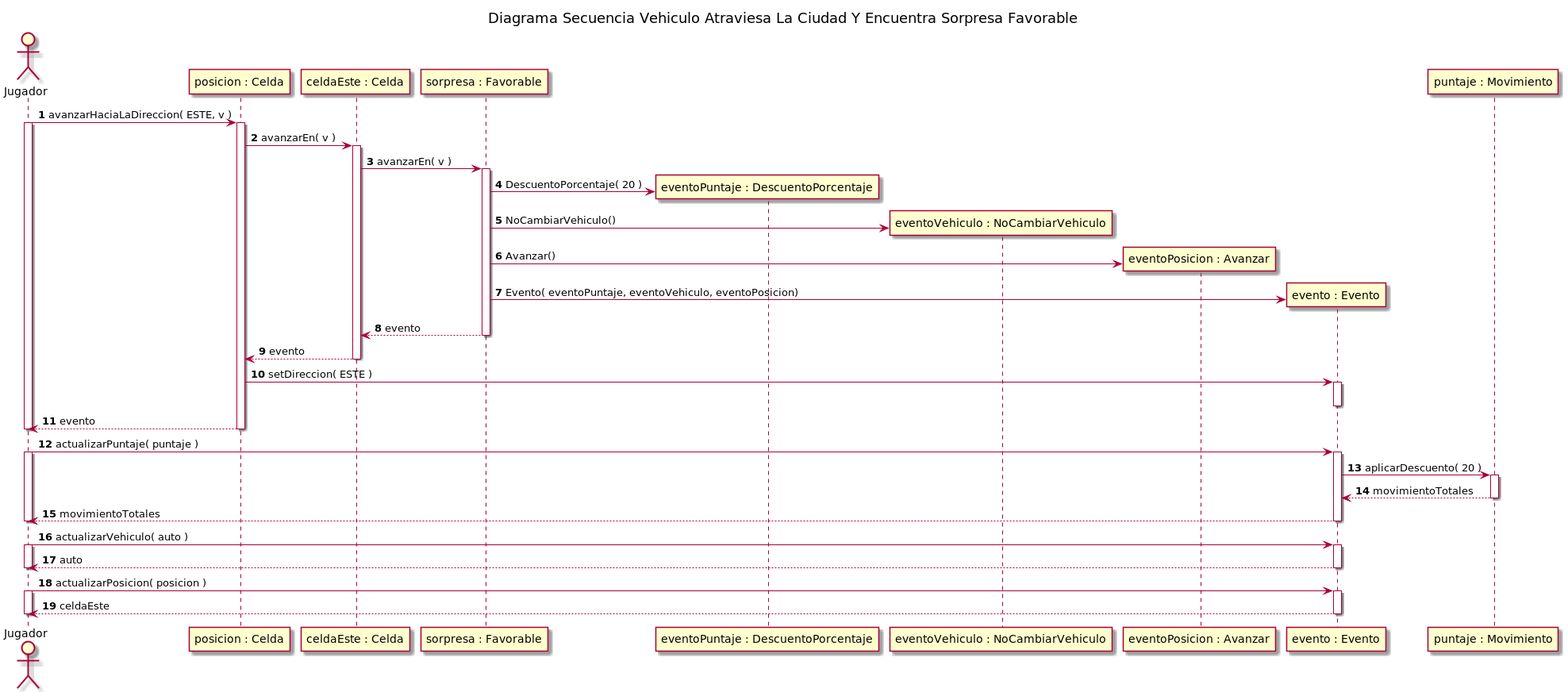
This is diagrams/sequences/entrega2/img/CasoVehiculoAtraviesaLaCiudadYEncuentraSorpresaFavorable.png from rodrigovzq/algo3_tp2, a PlantUML export, as it was before one commit.
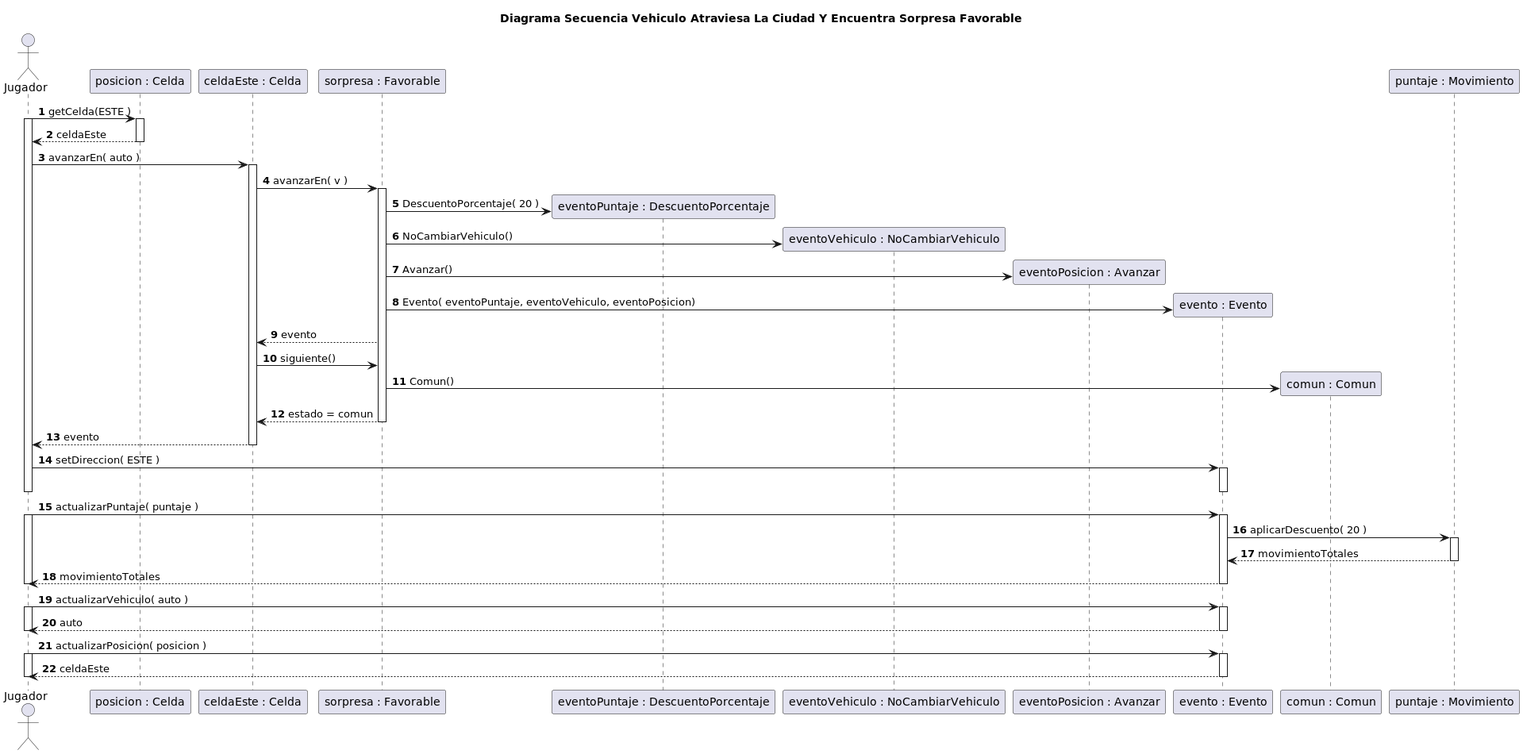
Later version of the same file.

Change to the diagram source:
```diff
@@ -1,14 +1,17 @@
 @startuml
 title Diagrama Secuencia Vehiculo Atraviesa La Ciudad Y Encuentra Sorpresa Favorable
+
 
 autonumber
 
 actor Jugador
 
-Jugador -> "posicion : Celda"++: avanzarHaciaLaDireccion( ESTE, v )
+Jugador -> "posicion : Celda"++: getCelda(ESTE )
 
 activate Jugador
-"posicion : Celda" -> "celdaEste : Celda"++: avanzarEn( v )
+"posicion : Celda" --> Jugador: celdaEste
+deactivate "posicion : Celda"
+Jugador -> "celdaEste : Celda"++: avanzarEn( auto )
 
 
 "celdaEste : Celda" -> "sorpresa : Favorable"++: avanzarEn( v )
@@ -25,13 +28,17 @@
 create "evento : Evento"
 "sorpresa : Favorable"  -> "evento : Evento": Evento( eventoPuntaje, eventoVehiculo, eventoPosicion)
 
-"sorpresa : Favorable" --> "celdaEste : Celda"--: evento
+"sorpresa : Favorable" --> "celdaEste : Celda": evento
 
-"celdaEste : Celda" --> "posicion : Celda": evento
+"celdaEste : Celda" -> "sorpresa : Favorable": siguiente()
+create "comun : Comun"
+"sorpresa : Favorable" -> "comun : Comun": Comun()
+"sorpresa : Favorable" --> "celdaEste : Celda"--: estado = comun
+
+"celdaEste : Celda" --> Jugador: evento
 deactivate "celdaEste : Celda"
-"posicion : Celda" -> "evento : Evento"++: setDireccion( ESTE )
+Jugador -> "evento : Evento"++: setDireccion( ESTE )
 deactivate "evento : Evento"
-"posicion : Celda" --> Jugador--: evento
 deactivate Jugador
 
 Jugador -> "evento : Evento"++: actualizarPuntaje( puntaje )
```
